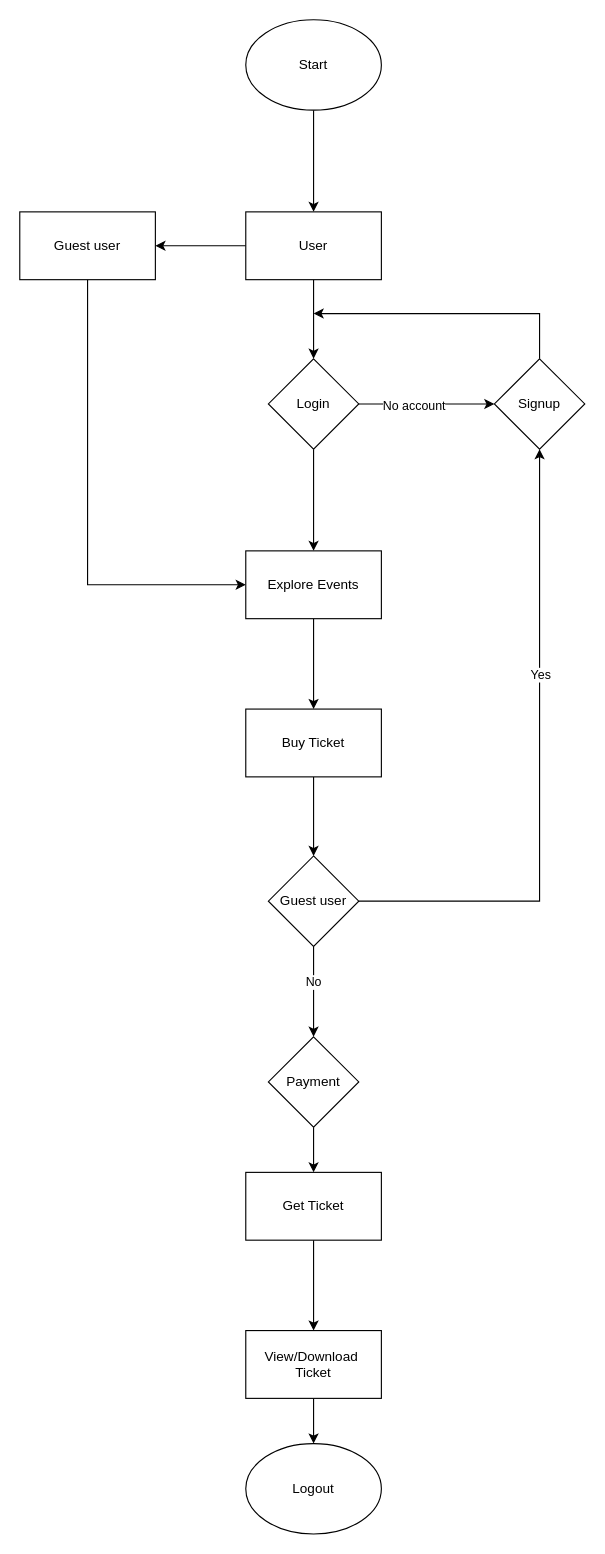
Earlier version of the draw.io diagram eventhub.drawio (biwasxyz/brainstorm). Source tidied: cells renumbered, new cells numbered last; positions are measured from the earlier drawing's top-left corner, leaving out a move shared by most shapes. Both pictures are drawn from the tidied source at 113%, with x=0, y=0 at pixel (19, 19).
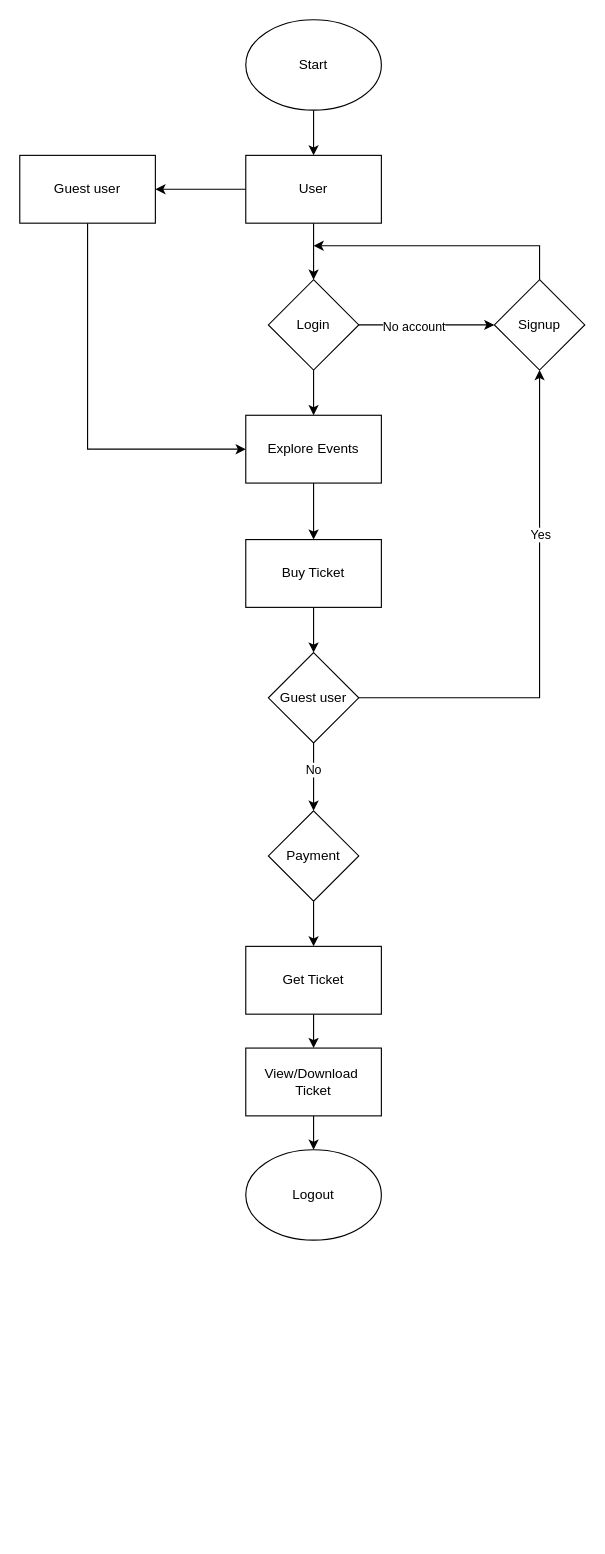
The same page after the edit.

What changed in the source:
```diff
@@
     <mxCell id="6" value="User" style="whiteSpace=wrap;html=1;" parent="1" vertex="1">
-      <mxGeometry x="200" y="170" width="120" height="60" as="geometry" />
+      <mxGeometry x="200" y="120" width="120" height="60" as="geometry" />
     </mxCell>
@@
     <mxCell id="10" value="Login" style="rhombus;whiteSpace=wrap;html=1;" parent="1" vertex="1">
-      <mxGeometry x="220" y="300" width="80" height="80" as="geometry" />
+      <mxGeometry x="220" y="230" width="80" height="80" as="geometry" />
     </mxCell>
     <mxCell id="11" style="edgeStyle=orthogonalEdgeStyle;rounded=0;jettySize=auto;html=1;" parent="1" edge="1" source="12">
       <mxGeometry relative="1" as="geometry">
-        <mxPoint x="260" y="260" as="targetPoint" />
+        <mxPoint x="260" y="200" as="targetPoint" />
         <Array as="points">
-          <mxPoint x="460" y="260" />
+          <mxPoint x="460" y="200" />
         </Array>
       </mxGeometry>
     </mxCell>
     <mxCell id="12" value="Signup" style="rhombus;whiteSpace=wrap;html=1;" parent="1" vertex="1">
-      <mxGeometry x="420" y="300" width="80" height="80" as="geometry" />
+      <mxGeometry x="420" y="230" width="80" height="80" as="geometry" />
     </mxCell>
@@
     <mxCell id="14" value="Guest user" style="whiteSpace=wrap;html=1;" parent="1" vertex="1">
-      <mxGeometry y="170" width="120" height="60" as="geometry" />
+      <mxGeometry y="120" width="120" height="60" as="geometry" />
     </mxCell>
@@
     <mxCell id="16" value="Explore Events" style="whiteSpace=wrap;html=1;" parent="1" vertex="1">
-      <mxGeometry x="200" y="470" width="120" height="60" as="geometry" />
+      <mxGeometry x="200" y="350" width="120" height="60" as="geometry" />
     </mxCell>
@@
     <mxCell id="18" value="Buy Ticket" style="whiteSpace=wrap;html=1;" parent="1" vertex="1">
-      <mxGeometry x="200" y="610" width="120" height="60" as="geometry" />
+      <mxGeometry x="200" y="460" width="120" height="60" as="geometry" />
     </mxCell>
-    <mxCell id="19" style="edgeStyle=orthogonalEdgeStyle;rounded=0;jettySize=auto;html=1;entryX=0.5;entryY=1;entryDx=0;entryDy=0;" parent="1" edge="1" source="23" target="12">
+    <mxCell id="19" style="edgeStyle=orthogonalEdgeStyle;rounded=0;jettySize=auto;html=1;entryX=0.5;entryY=1;entryDx=0;entryDy=0;exitX=1;exitY=0.5;exitDx=0;exitDy=0;" parent="1" edge="1" source="23" target="12">
       <mxGeometry relative="1" as="geometry">
         <Array as="points">
-          <mxPoint x="460" y="780" />
+          <mxPoint x="460" y="600" />
         </Array>
       </mxGeometry>
     </mxCell>
@@
     <mxCell id="23" value="Guest user" style="rhombus;whiteSpace=wrap;html=1;" parent="1" vertex="1">
-      <mxGeometry x="220" y="740" width="80" height="80" as="geometry" />
+      <mxGeometry x="220" y="560" width="80" height="80" as="geometry" />
     </mxCell>
@@
     <mxCell id="25" value="Get Ticket" style="whiteSpace=wrap;html=1;" parent="1" vertex="1">
-      <mxGeometry x="200" y="1020" width="120" height="60" as="geometry" />
+      <mxGeometry x="200" y="820" width="120" height="60" as="geometry" />
     </mxCell>
@@
     <mxCell id="27" value="View/Download&amp;nbsp;&lt;div&gt;Ticket&lt;/div&gt;" style="whiteSpace=wrap;html=1;" parent="1" vertex="1">
-      <mxGeometry x="200" y="1160" width="120" height="60" as="geometry" />
+      <mxGeometry x="200" y="910" width="120" height="60" as="geometry" />
     </mxCell>
     <mxCell id="28" value="Logout" style="ellipse;whiteSpace=wrap;html=1;" parent="1" vertex="1">
-      <mxGeometry x="200" y="1260" width="120" height="80" as="geometry" />
+      <mxGeometry x="200" y="1000" width="120" height="80" as="geometry" />
     </mxCell>
@@
     <mxCell id="30" value="Payment" style="rhombus;whiteSpace=wrap;html=1;" parent="1" vertex="1">
-      <mxGeometry x="220" y="900" width="80" height="80" as="geometry" />
+      <mxGeometry x="220" y="700" width="80" height="80" as="geometry" />
     </mxCell>
```
